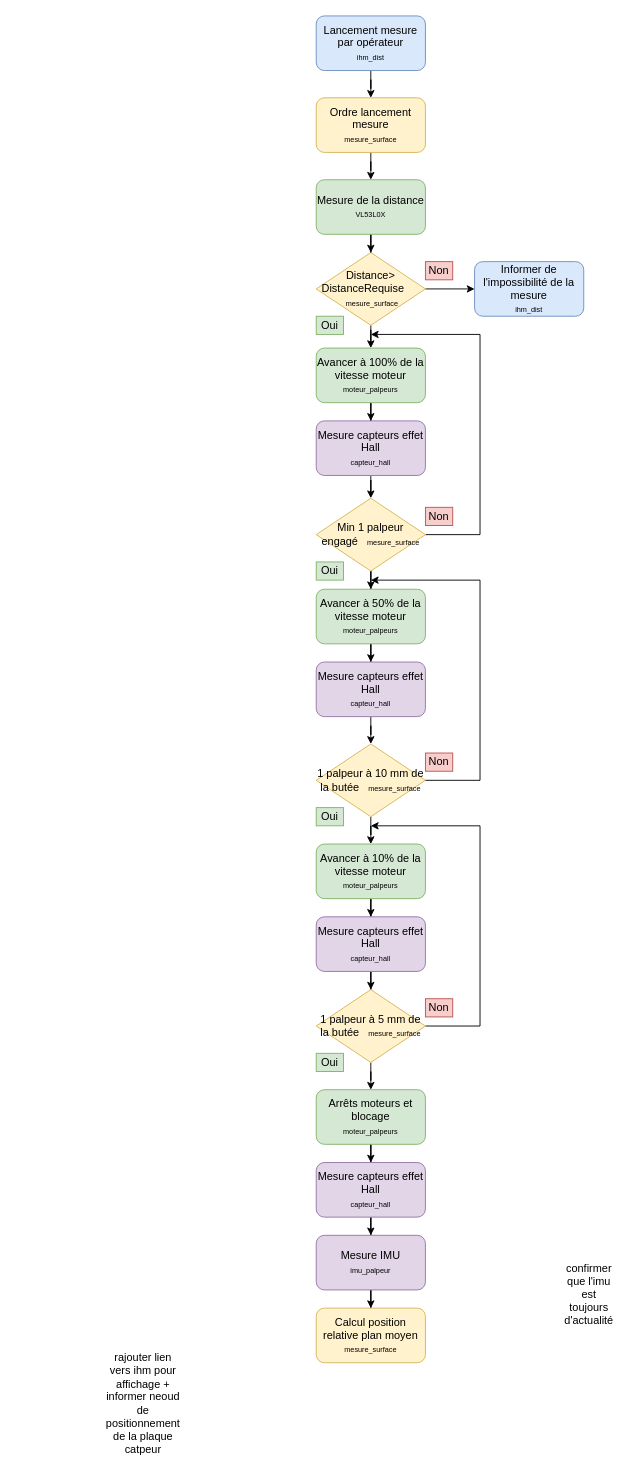
The draw.io diagram docs/architecture/Procédure plaque palpable.drawio in MomoFall/SPOC-INFORMATIQUE, before the edit. Source tidied: cells renumbered, new cells numbered last; positions are measured from the earlier drawing's top-left corner, leaving out a move shared by most shapes. Both pictures are drawn from the tidied source at 91%, with x=0, y=0 at pixel (116, 15).
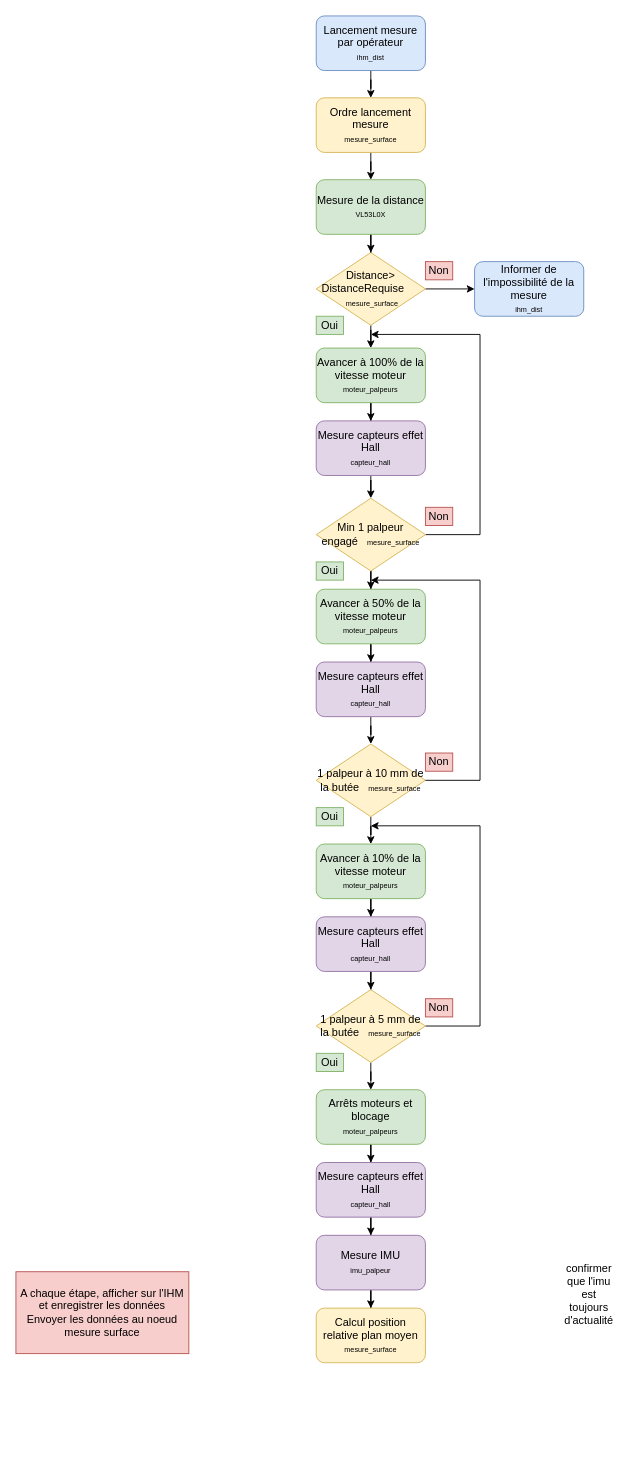
After the change.

Commit message:
Mettre à jour Procédure plaque palpable.drawio

Diff of the diagram source:
```diff
@@
-    <mxCell id="48" value="rajouter lien vers ihm pour affichage + informer neoud de positionnement de la plaque catpeur" style="text;html=1;whiteSpace=wrap;strokeColor=none;fillColor=none;align=center;verticalAlign=middle;rounded=0;" parent="1" vertex="1">
-      <mxGeometry y="1510" width="60" height="30" as="geometry" />
+    <mxCell id="48" value="A chaque étape, afficher sur l'IHM et enregistrer les données&lt;div&gt;Envoyer les données au noeud mesure surface&lt;/div&gt;" style="text;html=1;whiteSpace=wrap;strokeColor=#b85450;fillColor=#f8cecc;align=center;verticalAlign=middle;rounded=0;" parent="1" vertex="1">
+      <mxGeometry x="-110" y="1380" width="190" height="90" as="geometry" />
     </mxCell>
```
